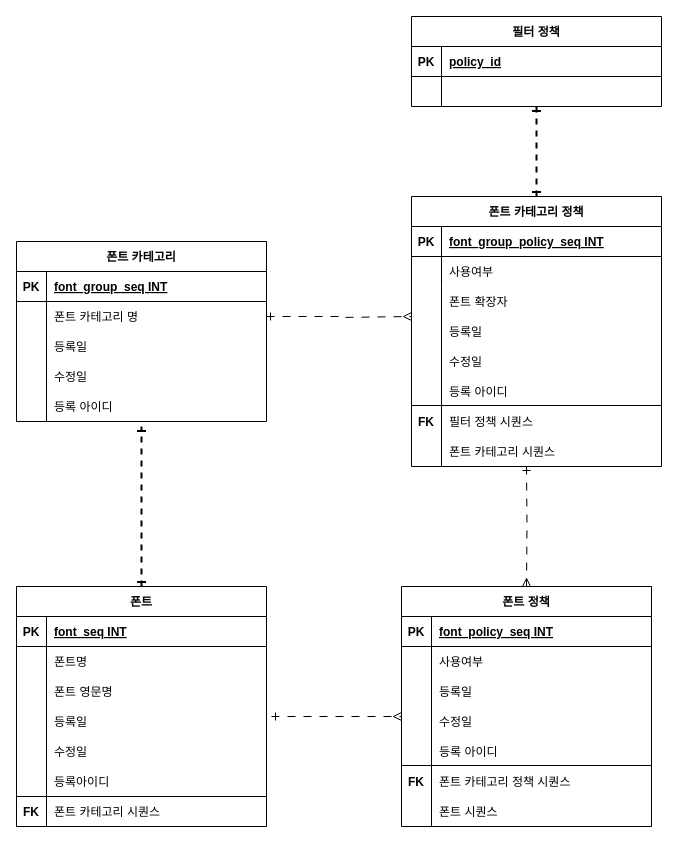
Earlier version of the draw.io diagram 제목 없는 다이어그램.drawio (lkis71/core). Source tidied: cells renumbered, new cells numbered last; positions are measured from the earlier drawing's top-left corner, leaving out a move shared by most shapes. Both pictures are drawn from the tidied source at 100%, with x=0, y=0 at pixel (16, 16).
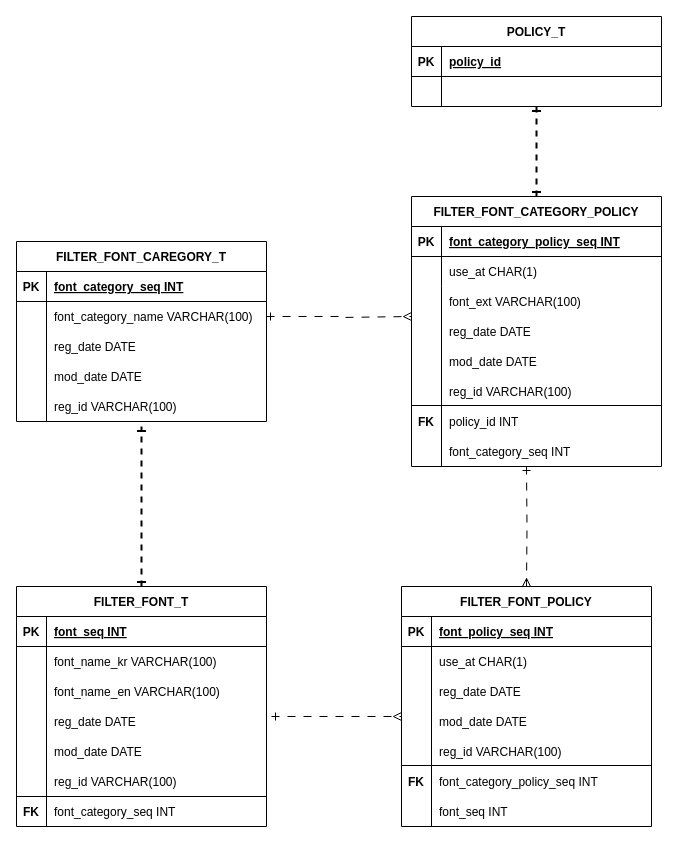
Above is the later version.

Commit message:
제목 없는 다이어그램.drawio 업데이트

The change refers to these unchanged cells:
```xml
<mxCell id="6" style="shape=partialRectangle;fillColor=none;top=0;left=0;right=0;bottom=0;" parent="2" vertex="1">
  <mxGeometry y="60" width="250" height="30" as="geometry" />
</mxCell>
<mxCell id="35" style="shape=partialRectangle;fillColor=none;top=0;left=0;right=0;bottom=0;" parent="31" vertex="1">
  <mxGeometry y="60" width="250" height="30" as="geometry" />
</mxCell>
<mxCell id="46" style="shape=partialRectangle;fillColor=none;top=0;left=0;right=0;bottom=1;" parent="45" vertex="1">
  <mxGeometry y="30" width="250" height="30" as="geometry" />
</mxCell>
<mxCell id="49" style="shape=partialRectangle;fillColor=none;points=[[0,0.5],[1,0.5]];portConstraint=eastwest;top=0;left=0;right=0;bottom=0;" parent="45" vertex="1">
  <mxGeometry y="60" width="250" height="30" as="geometry" />
</mxCell>
<mxCell id="62" style="shape=partialRectangle;fillColor=none;top=0;left=0;right=0;bottom=1;" parent="61" vertex="1">
  <mxGeometry y="30" width="250" height="30" as="geometry" />
</mxCell>
<mxCell id="65" style="shape=partialRectangle;fillColor=none;top=0;left=0;right=0;bottom=0;" parent="61" vertex="1">
  <mxGeometry y="60" width="250" height="30" as="geometry" />
</mxCell>
```

Change to the diagram source:
```diff
@@
-    <mxCell id="2" value="폰트" style="shape=table;startSize=30;childLayout=tableLayout;rowLines=0;fontStyle=1;align=center;" parent="1" vertex="1">
+    <mxCell id="2" value="FILTER_FONT_T" style="shape=table;startSize=30;childLayout=tableLayout;rowLines=0;fontStyle=1;align=center;" parent="1" vertex="1">
       <mxGeometry y="570" width="250" height="240" as="geometry" />
     </mxCell>
@@
-    <mxCell id="8" value="폰트명" style="shape=partialRectangle;overflow=hidden;fillColor=none;top=0;left=0;bottom=0;right=0;align=left;spacingLeft=6;" parent="6" vertex="1">
+    <mxCell id="8" value="font_name_kr VARCHAR(100)" style="shape=partialRectangle;overflow=hidden;fillColor=none;top=0;left=0;bottom=0;right=0;align=left;spacingLeft=6;" parent="6" vertex="1">
       <mxGeometry x="30" width="220" height="30" as="geometry" />
     </mxCell>
-    <mxCell id="9" value="폰트 카테고리 시퀀스" style="shape=partialRectangle;overflow=hidden;fillColor=none;top=0;left=0;bottom=0;right=0;align=left;spacingLeft=6;" parent="1" vertex="1">
+    <mxCell id="9" value="font_category_seq INT" style="shape=partialRectangle;overflow=hidden;fillColor=none;top=0;left=0;bottom=0;right=0;align=left;spacingLeft=6;" parent="1" vertex="1">
       <mxGeometry x="30" y="780" width="220" height="30" as="geometry" />
     </mxCell>
-    <mxCell id="10" value="등록일" style="shape=partialRectangle;overflow=hidden;fillColor=none;top=0;left=0;bottom=0;right=0;align=left;spacingLeft=6;" parent="1" vertex="1">
+    <mxCell id="10" value="reg_date DATE" style="shape=partialRectangle;overflow=hidden;fillColor=none;top=0;left=0;bottom=0;right=0;align=left;spacingLeft=6;" parent="1" vertex="1">
       <mxGeometry x="30" y="690" width="220" height="30" as="geometry" />
     </mxCell>
@@
-    <mxCell id="12" value="폰트 영문명" style="shape=partialRectangle;overflow=hidden;fillColor=none;top=0;left=0;bottom=0;right=0;align=left;spacingLeft=6;" parent="1" vertex="1">
+    <mxCell id="12" value="font_name_en VARCHAR(100)" style="shape=partialRectangle;overflow=hidden;fillColor=none;top=0;left=0;bottom=0;right=0;align=left;spacingLeft=6;" parent="1" vertex="1">
       <mxGeometry x="30" y="660" width="220" height="30" as="geometry" />
     </mxCell>
-    <mxCell id="13" value="수정일" style="shape=partialRectangle;overflow=hidden;fillColor=none;top=0;left=0;bottom=0;right=0;align=left;spacingLeft=6;" parent="1" vertex="1">
+    <mxCell id="13" value="mod_date DATE" style="shape=partialRectangle;overflow=hidden;fillColor=none;top=0;left=0;bottom=0;right=0;align=left;spacingLeft=6;" parent="1" vertex="1">
       <mxGeometry x="30" y="720" width="220" height="30" as="geometry" />
     </mxCell>
-    <mxCell id="14" value="등록아이디" style="shape=partialRectangle;overflow=hidden;fillColor=none;top=0;left=0;bottom=0;right=0;align=left;spacingLeft=6;" parent="1" vertex="1">
+    <mxCell id="14" value="reg_id VARCHAR(100)" style="shape=partialRectangle;overflow=hidden;fillColor=none;top=0;left=0;bottom=0;right=0;align=left;spacingLeft=6;" parent="1" vertex="1">
       <mxGeometry x="30" y="750" width="220" height="30" as="geometry" />
     </mxCell>
-    <mxCell id="15" value="필터 정책" style="shape=table;startSize=30;childLayout=tableLayout;rowLines=0;fontStyle=1;align=center;" parent="1" vertex="1">
+    <mxCell id="15" value="POLICY_T" style="shape=table;startSize=30;childLayout=tableLayout;rowLines=0;fontStyle=1;align=center;" parent="1" vertex="1">
       <mxGeometry x="395" width="250" height="90" as="geometry" />
     </mxCell>
@@
-    <mxCell id="24" value="폰트 확장자" style="shape=partialRectangle;overflow=hidden;fillColor=none;top=0;left=0;bottom=0;right=0;align=left;spacingLeft=6;" parent="1" vertex="1">
+    <mxCell id="24" value="font_ext VARCHAR(100)" style="shape=partialRectangle;overflow=hidden;fillColor=none;top=0;left=0;bottom=0;right=0;align=left;spacingLeft=6;" parent="1" vertex="1">
       <mxGeometry x="425" y="270" width="220" height="30" as="geometry" />
     </mxCell>
-    <mxCell id="25" value="등록일" style="shape=partialRectangle;overflow=hidden;fillColor=none;top=0;left=0;bottom=0;right=0;align=left;spacingLeft=6;" parent="1" vertex="1">
+    <mxCell id="25" value="reg_date DATE" style="shape=partialRectangle;overflow=hidden;fillColor=none;top=0;left=0;bottom=0;right=0;align=left;spacingLeft=6;" parent="1" vertex="1">
       <mxGeometry x="425" y="300" width="220" height="30" as="geometry" />
     </mxCell>
-    <mxCell id="26" value="수정일" style="shape=partialRectangle;overflow=hidden;fillColor=none;top=0;left=0;bottom=0;right=0;align=left;spacingLeft=6;" parent="1" vertex="1">
+    <mxCell id="26" value="mod_date DATE" style="shape=partialRectangle;overflow=hidden;fillColor=none;top=0;left=0;bottom=0;right=0;align=left;spacingLeft=6;" parent="1" vertex="1">
       <mxGeometry x="425" y="330" width="220" height="30" as="geometry" />
     </mxCell>
-    <mxCell id="27" value="등록 아이디" style="shape=partialRectangle;overflow=hidden;fillColor=none;top=0;left=0;bottom=0;right=0;align=left;spacingLeft=6;" parent="1" vertex="1">
+    <mxCell id="27" value="reg_id VARCHAR(100)" style="shape=partialRectangle;overflow=hidden;fillColor=none;top=0;left=0;bottom=0;right=0;align=left;spacingLeft=6;" parent="1" vertex="1">
       <mxGeometry x="425" y="360" width="220" height="30" as="geometry" />
     </mxCell>
@@
-    <mxCell id="31" value="폰트 정책" style="shape=table;startSize=30;childLayout=tableLayout;rowLines=0;fontStyle=1;align=center;" parent="1" vertex="1">
+    <mxCell id="31" value="FILTER_FONT_POLICY" style="shape=table;startSize=30;childLayout=tableLayout;rowLines=0;fontStyle=1;align=center;" parent="1" vertex="1">
       <mxGeometry x="385" y="570" width="250" height="240" as="geometry" />
     </mxCell>
@@
-    <mxCell id="37" value="사용여부" style="shape=partialRectangle;overflow=hidden;fillColor=none;top=0;left=0;bottom=0;right=0;align=left;spacingLeft=6;" parent="35" vertex="1">
+    <mxCell id="37" value="use_at CHAR(1)" style="shape=partialRectangle;overflow=hidden;fillColor=none;top=0;left=0;bottom=0;right=0;align=left;spacingLeft=6;" parent="35" vertex="1">
       <mxGeometry x="30" width="220" height="30" as="geometry" />
     </mxCell>
-    <mxCell id="38" value="폰트 카테고리 정책 시퀀스" style="shape=partialRectangle;overflow=hidden;fillColor=none;top=0;left=0;bottom=0;right=0;align=left;spacingLeft=6;" parent="1" vertex="1">
+    <mxCell id="38" value="font_category_policy_seq INT" style="shape=partialRectangle;overflow=hidden;fillColor=none;top=0;left=0;bottom=0;right=0;align=left;spacingLeft=6;" parent="1" vertex="1">
       <mxGeometry x="415" y="750" width="220" height="30" as="geometry" />
     </mxCell>
-    <mxCell id="39" value="등록일" style="shape=partialRectangle;overflow=hidden;fillColor=none;top=0;left=0;bottom=0;right=0;align=left;spacingLeft=6;" parent="1" vertex="1">
+    <mxCell id="39" value="reg_date DATE" style="shape=partialRectangle;overflow=hidden;fillColor=none;top=0;left=0;bottom=0;right=0;align=left;spacingLeft=6;" parent="1" vertex="1">
       <mxGeometry x="415" y="660" width="220" height="30" as="geometry" />
     </mxCell>
@@
-    <mxCell id="41" value="수정일" style="shape=partialRectangle;overflow=hidden;fillColor=none;top=0;left=0;bottom=0;right=0;align=left;spacingLeft=6;" parent="1" vertex="1">
+    <mxCell id="41" value="mod_date DATE" style="shape=partialRectangle;overflow=hidden;fillColor=none;top=0;left=0;bottom=0;right=0;align=left;spacingLeft=6;" parent="1" vertex="1">
       <mxGeometry x="415" y="690" width="220" height="30" as="geometry" />
     </mxCell>
-    <mxCell id="42" value="등록 아이디" style="shape=partialRectangle;overflow=hidden;fillColor=none;top=0;left=0;bottom=0;right=0;align=left;spacingLeft=6;" parent="1" vertex="1">
+    <mxCell id="42" value="reg_id VARCHAR(100)" style="shape=partialRectangle;overflow=hidden;fillColor=none;top=0;left=0;bottom=0;right=0;align=left;spacingLeft=6;" parent="1" vertex="1">
       <mxGeometry x="415" y="720" width="220" height="30" as="geometry" />
     </mxCell>
@@
-    <mxCell id="45" value="폰트 카테고리" style="shape=table;startSize=30;childLayout=tableLayout;rowLines=0;fontStyle=1;align=center;" parent="1" vertex="1">
+    <mxCell id="45" value="FILTER_FONT_CAREGORY_T" style="shape=table;startSize=30;childLayout=tableLayout;rowLines=0;fontStyle=1;align=center;" parent="1" vertex="1">
       <mxGeometry y="225" width="250" height="180" as="geometry" />
     </mxCell>
@@
-    <mxCell id="48" value="font_group_seq INT" style="shape=partialRectangle;overflow=hidden;fillColor=none;top=0;left=0;bottom=0;right=0;align=left;spacingLeft=6;fontStyle=5;" parent="46" vertex="1">
+    <mxCell id="48" value="font_category_seq INT" style="shape=partialRectangle;overflow=hidden;fillColor=none;top=0;left=0;bottom=0;right=0;align=left;spacingLeft=6;fontStyle=5;" parent="46" vertex="1">
       <mxGeometry x="30" width="220" height="30" as="geometry" />
     </mxCell>
@@
-    <mxCell id="51" value="폰트 카테고리 명" style="shape=partialRectangle;overflow=hidden;fillColor=none;top=0;left=0;bottom=0;right=0;align=left;spacingLeft=6;" parent="49" vertex="1">
+    <mxCell id="51" value="font_category_name VARCHAR(100)" style="shape=partialRectangle;overflow=hidden;fillColor=none;top=0;left=0;bottom=0;right=0;align=left;spacingLeft=6;" parent="49" vertex="1">
       <mxGeometry x="30" width="220" height="30" as="geometry" />
     </mxCell>
-    <mxCell id="52" value="등록일" style="shape=partialRectangle;overflow=hidden;fillColor=none;top=0;left=0;bottom=0;right=0;align=left;spacingLeft=6;" parent="1" vertex="1">
+    <mxCell id="52" value="reg_date DATE" style="shape=partialRectangle;overflow=hidden;fillColor=none;top=0;left=0;bottom=0;right=0;align=left;spacingLeft=6;" parent="1" vertex="1">
       <mxGeometry x="30" y="315" width="220" height="30" as="geometry" />
     </mxCell>
@@
-    <mxCell id="54" value="수정일" style="shape=partialRectangle;overflow=hidden;fillColor=none;top=0;left=0;bottom=0;right=0;align=left;spacingLeft=6;" parent="1" vertex="1">
+    <mxCell id="54" value="mod_date DATE" style="shape=partialRectangle;overflow=hidden;fillColor=none;top=0;left=0;bottom=0;right=0;align=left;spacingLeft=6;" parent="1" vertex="1">
       <mxGeometry x="30" y="345" width="220" height="30" as="geometry" />
     </mxCell>
-    <mxCell id="55" value="등록 아이디" style="shape=partialRectangle;overflow=hidden;fillColor=none;top=0;left=0;bottom=0;right=0;align=left;spacingLeft=6;" parent="1" vertex="1">
+    <mxCell id="55" value="reg_id VARCHAR(100)" style="shape=partialRectangle;overflow=hidden;fillColor=none;top=0;left=0;bottom=0;right=0;align=left;spacingLeft=6;" parent="1" vertex="1">
       <mxGeometry x="30" y="375" width="220" height="30" as="geometry" />
     </mxCell>
-    <mxCell id="56" value="필터 정책 시퀀스" style="shape=partialRectangle;overflow=hidden;fillColor=none;top=0;left=0;bottom=0;right=0;align=left;spacingLeft=6;" parent="1" vertex="1">
+    <mxCell id="56" value="policy_id INT" style="shape=partialRectangle;overflow=hidden;fillColor=none;top=0;left=0;bottom=0;right=0;align=left;spacingLeft=6;" parent="1" vertex="1">
       <mxGeometry x="425" y="390" width="220" height="30" as="geometry" />
     </mxCell>
-    <mxCell id="57" value="폰트 시퀀스" style="shape=partialRectangle;overflow=hidden;fillColor=none;top=0;left=0;bottom=0;right=0;align=left;spacingLeft=6;" parent="1" vertex="1">
+    <mxCell id="57" value="font_seq INT" style="shape=partialRectangle;overflow=hidden;fillColor=none;top=0;left=0;bottom=0;right=0;align=left;spacingLeft=6;" parent="1" vertex="1">
       <mxGeometry x="415" y="780" width="220" height="30" as="geometry" />
     </mxCell>
@@
-    <mxCell id="61" value="폰트 카테고리 정책" style="shape=table;startSize=30;childLayout=tableLayout;rowLines=0;fontStyle=1;align=center;" parent="1" vertex="1">
+    <mxCell id="61" value="FILTER_FONT_CATEGORY_POLICY" style="shape=table;startSize=30;childLayout=tableLayout;rowLines=0;fontStyle=1;align=center;" parent="1" vertex="1">
       <mxGeometry x="395" y="180" width="250" height="270" as="geometry" />
     </mxCell>
@@
-    <mxCell id="64" value="font_group_policy_seq INT" style="shape=partialRectangle;overflow=hidden;fillColor=none;top=0;left=0;bottom=0;right=0;align=left;spacingLeft=6;fontStyle=5;" parent="62" vertex="1">
+    <mxCell id="64" value="font_category_policy_seq INT" style="shape=partialRectangle;overflow=hidden;fillColor=none;top=0;left=0;bottom=0;right=0;align=left;spacingLeft=6;fontStyle=5;" parent="62" vertex="1">
       <mxGeometry x="30" width="220" height="30" as="geometry" />
     </mxCell>
@@
-    <mxCell id="67" value="사용여부" style="shape=partialRectangle;overflow=hidden;fillColor=none;top=0;left=0;bottom=0;right=0;align=left;spacingLeft=6;" parent="65" vertex="1">
+    <mxCell id="67" value="use_at CHAR(1)" style="shape=partialRectangle;overflow=hidden;fillColor=none;top=0;left=0;bottom=0;right=0;align=left;spacingLeft=6;" parent="65" vertex="1">
       <mxGeometry x="30" width="220" height="30" as="geometry" />
     </mxCell>
@@
-    <mxCell id="69" value="폰트 카테고리 시퀀스" style="shape=partialRectangle;overflow=hidden;fillColor=none;top=0;left=0;bottom=0;right=0;align=left;spacingLeft=6;" parent="1" vertex="1">
+    <mxCell id="69" value="font_category_seq INT" style="shape=partialRectangle;overflow=hidden;fillColor=none;top=0;left=0;bottom=0;right=0;align=left;spacingLeft=6;" parent="1" vertex="1">
       <mxGeometry x="425" y="420" width="220" height="30" as="geometry" />
     </mxCell>
```
